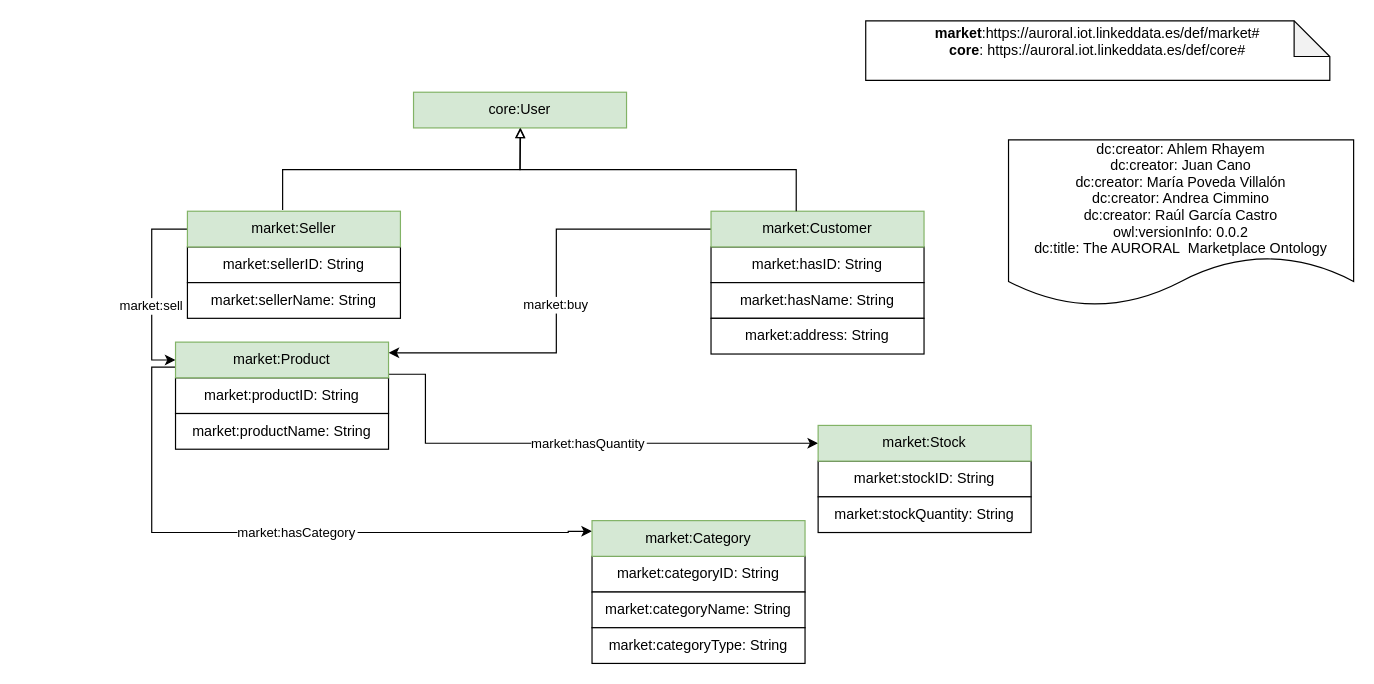
Before: diagrams/marketplace.drawio in oeg-upm/AURORAL-marketplace-ontology, a draw.io diagram. Source tidied: cells renumbered, new cells numbered last; positions are measured from the earlier drawing's top-left corner, leaving out a move shared by most shapes. Both pictures are drawn from the tidied source at 119%, with x=0, y=0 at pixel (151, 20).
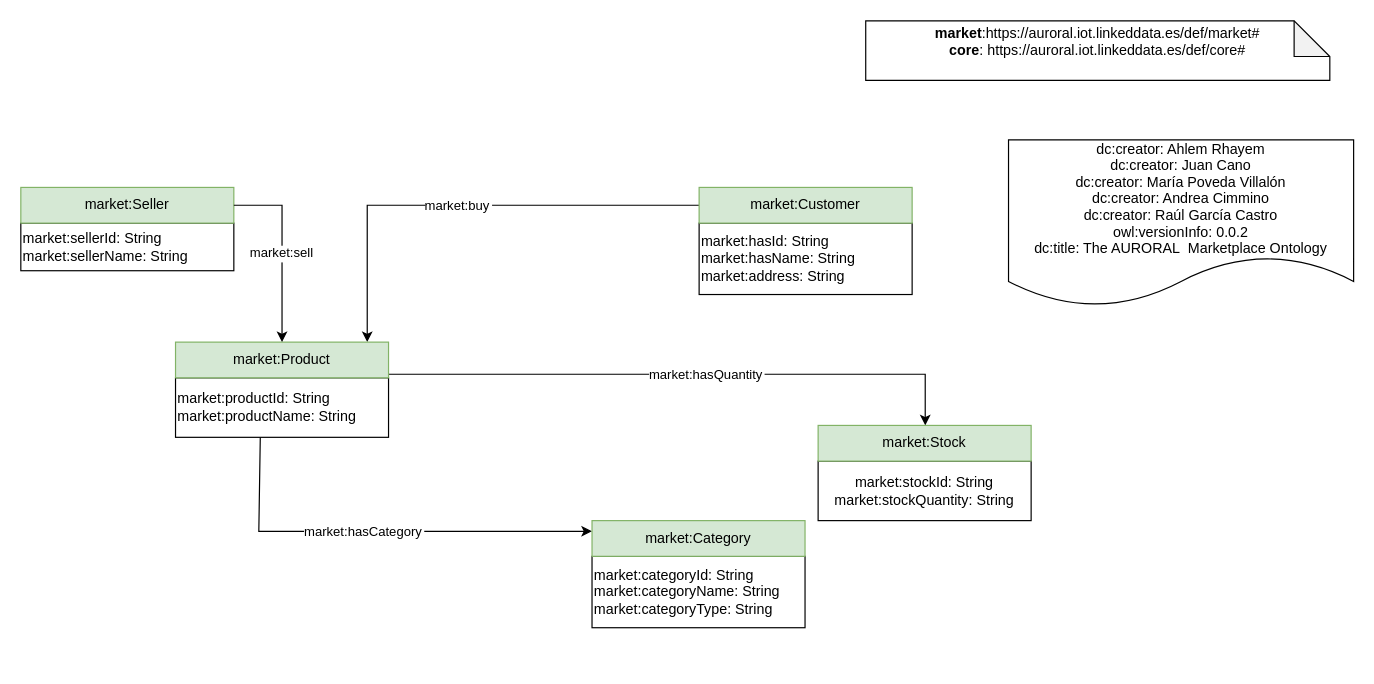
Above is the later version.

Unchanged cells that the change refers to:
```xml
<mxCell id="13" value="market:Stock" style="rounded=0;whiteSpace=wrap;html=1;snapToPoint=1;points=[[0.1,0],[0.2,0],[0.3,0],[0.4,0],[0.5,0],[0.6,0],[0.7,0],[0.8,0],[0.9,0],[0,0.1],[0,0.3],[0,0.5],[0,0.7],[0,0.9],[0.1,1],[0.2,1],[0.3,1],[0.4,1],[0.5,1],[0.6,1],[0.7,1],[0.8,1],[0.9,1],[1,0.1],[1,0.3],[1,0.5],[1,0.7],[1,0.9]];fillColor=#d5e8d4;strokeColor=#82b366;" parent="1" vertex="1">
  <mxGeometry x="560" y="340" width="179" height="30" as="geometry" />
</mxCell>
<mxCell id="19" value="market:Product" style="rounded=0;whiteSpace=wrap;html=1;snapToPoint=1;points=[[0.1,0],[0.2,0],[0.3,0],[0.4,0],[0.5,0],[0.6,0],[0.7,0],[0.8,0],[0.9,0],[0,0.1],[0,0.3],[0,0.5],[0,0.7],[0,0.9],[0.1,1],[0.2,1],[0.3,1],[0.4,1],[0.5,1],[0.6,1],[0.7,1],[0.8,1],[0.9,1],[1,0.1],[1,0.3],[1,0.5],[1,0.7],[1,0.9]];fillColor=#d5e8d4;strokeColor=#82b366;" parent="1" vertex="1">
  <mxGeometry x="20" y="270" width="179" height="30" as="geometry" />
</mxCell>
<mxCell id="22" value="market:Category" style="rounded=0;whiteSpace=wrap;html=1;snapToPoint=1;points=[[0.1,0],[0.2,0],[0.3,0],[0.4,0],[0.5,0],[0.6,0],[0.7,0],[0.8,0],[0.9,0],[0,0.1],[0,0.3],[0,0.5],[0,0.7],[0,0.9],[0.1,1],[0.2,1],[0.3,1],[0.4,1],[0.5,1],[0.6,1],[0.7,1],[0.8,1],[0.9,1],[1,0.1],[1,0.3],[1,0.5],[1,0.7],[1,0.9]];fillColor=#d5e8d4;strokeColor=#82b366;" parent="1" vertex="1">
  <mxGeometry x="370" y="420" width="179" height="30" as="geometry" />
</mxCell>
```

Change to the diagram source:
```diff
@@
-    <mxCell id="2" value="market:sell" style="edgeStyle=orthogonalEdgeStyle;rounded=0;jettySize=auto;fontSize=11;endArrow=classic;endFill=1;" parent="1" edge="1" source="16" target="19">
-      <mxGeometry x="0.17" relative="1" as="geometry">
-        <Array as="points">
-          <mxPoint y="175" />
-          <mxPoint y="285" />
-        </Array>
-      </mxGeometry>
-    </mxCell>
-    <mxCell id="3" value="market:buy" style="edgeStyle=orthogonalEdgeStyle;rounded=0;jettySize=auto;fontSize=11;endArrow=classic;endFill=1;entryX=1;entryY=0.3;entryDx=0;entryDy=0;" parent="1" edge="1" source="9" target="19">
+    <mxCell id="3" value="market:buy" style="edgeStyle=orthogonalEdgeStyle;rounded=0;jettySize=auto;fontSize=11;endArrow=classic;endFill=1;entryX=0.9;entryY=0;entryDx=0;entryDy=0;" parent="1" edge="1" source="9" target="19">
       <mxGeometry x="0.03" relative="1" as="geometry">
         <Array as="points">
-          <mxPoint x="340" y="175" />
-          <mxPoint x="340" y="279" />
+          <mxPoint x="181" y="155" />
         </Array>
       </mxGeometry>
     </mxCell>
-    <mxCell id="4" value="market:hasCategory" style="edgeStyle=orthogonalEdgeStyle;rounded=0;jettySize=auto;fontSize=11;endArrow=classic;endFill=1;entryX=0;entryY=0.3;entryDx=0;entryDy=0;exitX=0;exitY=0.7;exitDx=0;exitDy=0;" parent="1" edge="1" source="19" target="22">
+    <mxCell id="4" value="market:hasCategory" style="edgeStyle=orthogonalEdgeStyle;rounded=0;jettySize=auto;fontSize=11;endArrow=classic;endFill=1;entryX=0;entryY=0.3;entryDx=0;entryDy=0;" parent="1" edge="1" source="19" target="22">
       <mxGeometry x="0.06" relative="1" as="geometry">
         <Array as="points">
-          <mxPoint y="291" />
-          <mxPoint y="430" />
-          <mxPoint x="350" y="430" />
-          <mxPoint x="350" y="429" />
+          <mxPoint x="90" y="429" />
         </Array>
       </mxGeometry>
     </mxCell>
     <mxCell id="5" value="market:hasQuantity" style="edgeStyle=orthogonalEdgeStyle;rounded=0;jettySize=auto;fontSize=11;endArrow=classic;endFill=1;exitX=1;exitY=0.9;exitDx=0;exitDy=0;" parent="1" edge="1" source="19" target="13">
       <mxGeometry x="0.08" relative="1" as="geometry">
         <Array as="points">
-          <mxPoint x="230" y="297" />
-          <mxPoint x="230" y="355" />
+          <mxPoint x="650" y="297" />
         </Array>
       </mxGeometry>
     </mxCell>
@@
-    <mxCell id="8" value="market:hasID: String" style="rounded=0;whiteSpace=wrap;html=1;" parent="1" vertex="1">
-      <mxGeometry x="470" y="190" width="179" height="30" as="geometry" />
+    <mxCell id="8" value="market:hasId: String&lt;br&gt;market:hasName: String&lt;br&gt;market:address: String" style="rounded=0;whiteSpace=wrap;html=1;align=left;" parent="1" vertex="1">
+      <mxGeometry x="460" y="170" width="179" height="60" as="geometry" />
     </mxCell>
     <mxCell id="9" value="market:Customer" style="rounded=0;whiteSpace=wrap;html=1;snapToPoint=1;points=[[0.1,0],[0.2,0],[0.3,0],[0.4,0],[0.5,0],[0.6,0],[0.7,0],[0.8,0],[0.9,0],[0,0.1],[0,0.3],[0,0.5],[0,0.7],[0,0.9],[0.1,1],[0.2,1],[0.3,1],[0.4,1],[0.5,1],[0.6,1],[0.7,1],[0.8,1],[0.9,1],[1,0.1],[1,0.3],[1,0.5],[1,0.7],[1,0.9]];fillColor=#d5e8d4;strokeColor=#82b366;" parent="1" vertex="1">
-      <mxGeometry x="470" y="160" width="179" height="30" as="geometry" />
+      <mxGeometry x="460" y="140" width="179" height="30" as="geometry" />
     </mxCell>
-    <mxCell id="10" value="market:hasName: String" style="rounded=0;whiteSpace=wrap;html=1;" parent="1" vertex="1">
-      <mxGeometry x="470" y="220" width="179" height="30" as="geometry" />
-    </mxCell>
-    <mxCell id="11" value="market:address: String" style="rounded=0;whiteSpace=wrap;html=1;" parent="1" vertex="1">
-      <mxGeometry x="470" y="250" width="179" height="30" as="geometry" />
-    </mxCell>
-    <mxCell id="12" value="market:stockID: String" style="rounded=0;whiteSpace=wrap;html=1;" parent="1" vertex="1">
-      <mxGeometry x="560" y="370" width="179" height="30" as="geometry" />
+    <mxCell id="12" value="market:stockId: String&lt;br&gt;market:stockQuantity: String" style="rounded=0;whiteSpace=wrap;html=1;" parent="1" vertex="1">
+      <mxGeometry x="560" y="370" width="179" height="50" as="geometry" />
     </mxCell>
@@
-    <mxCell id="14" value="market:stockQuantity: String" style="rounded=0;whiteSpace=wrap;html=1;" parent="1" vertex="1">
-      <mxGeometry x="560" y="400" width="179" height="30" as="geometry" />
-    </mxCell>
-    <mxCell id="15" value="market:sellerID: String" style="rounded=0;whiteSpace=wrap;html=1;" parent="1" vertex="1">
-      <mxGeometry x="30" y="190" width="179" height="30" as="geometry" />
+    <mxCell id="15" value="market:sellerId: String&lt;br&gt;market:sellerName: String" style="rounded=0;whiteSpace=wrap;html=1;align=left;" parent="1" vertex="1">
+      <mxGeometry x="-110" y="170" width="179" height="40" as="geometry" />
     </mxCell>
     <mxCell id="16" value="market:Seller" style="rounded=0;whiteSpace=wrap;html=1;snapToPoint=1;points=[[0.1,0],[0.2,0],[0.3,0],[0.4,0],[0.5,0],[0.6,0],[0.7,0],[0.8,0],[0.9,0],[0,0.1],[0,0.3],[0,0.5],[0,0.7],[0,0.9],[0.1,1],[0.2,1],[0.3,1],[0.4,1],[0.5,1],[0.6,1],[0.7,1],[0.8,1],[0.9,1],[1,0.1],[1,0.3],[1,0.5],[1,0.7],[1,0.9]];fillColor=#d5e8d4;strokeColor=#82b366;" parent="1" vertex="1">
-      <mxGeometry x="30" y="160" width="179" height="30" as="geometry" />
+      <mxGeometry x="-110" y="140" width="179" height="30" as="geometry" />
     </mxCell>
-    <mxCell id="17" value="market:sellerName: String" style="rounded=0;whiteSpace=wrap;html=1;" parent="1" vertex="1">
-      <mxGeometry x="30" y="220" width="179" height="30" as="geometry" />
-    </mxCell>
-    <mxCell id="18" value="market:productID: String" style="rounded=0;whiteSpace=wrap;html=1;" parent="1" vertex="1">
-      <mxGeometry x="20" y="300" width="179" height="30" as="geometry" />
+    <mxCell id="18" value="market:productId: String&lt;br&gt;market:productName: String" style="rounded=0;whiteSpace=wrap;html=1;align=left;" parent="1" vertex="1">
+      <mxGeometry x="20" y="300" width="179" height="50" as="geometry" />
     </mxCell>
@@
-    <mxCell id="20" value="market:productName: String" style="rounded=0;whiteSpace=wrap;html=1;" parent="1" vertex="1">
-      <mxGeometry x="20" y="330" width="179" height="30" as="geometry" />
-    </mxCell>
-    <mxCell id="21" value="market:categoryID: String" style="rounded=0;whiteSpace=wrap;html=1;" parent="1" vertex="1">
-      <mxGeometry x="370" y="450" width="179" height="30" as="geometry" />
+    <mxCell id="21" value="market:categoryId: String&lt;br&gt;market:categoryName: String&lt;br&gt;market:categoryType: String" style="rounded=0;whiteSpace=wrap;html=1;align=left;" parent="1" vertex="1">
+      <mxGeometry x="370" y="450" width="179" height="60" as="geometry" />
     </mxCell>
@@
-    <mxCell id="23" value="market:categoryName: String" style="rounded=0;whiteSpace=wrap;html=1;" parent="1" vertex="1">
-      <mxGeometry x="370" y="480" width="179" height="30" as="geometry" />
-    </mxCell>
-    <mxCell id="24" value="market:categoryType: String" style="rounded=0;whiteSpace=wrap;html=1;" parent="1" vertex="1">
-      <mxGeometry x="370" y="510" width="179" height="30" as="geometry" />
-    </mxCell>
-    <mxCell id="25" value="core:User" style="rounded=0;whiteSpace=wrap;html=1;snapToPoint=1;points=[[0.1,0],[0.2,0],[0.3,0],[0.4,0],[0.5,0],[0.6,0],[0.7,0],[0.8,0],[0.9,0],[0,0.1],[0,0.3],[0,0.5],[0,0.7],[0,0.9],[0.1,1],[0.2,1],[0.3,1],[0.4,1],[0.5,1],[0.6,1],[0.7,1],[0.8,1],[0.9,1],[1,0.1],[1,0.3],[1,0.5],[1,0.7],[1,0.9]];fillColor=#d5e8d4;strokeColor=#82b366;" parent="1" vertex="1">
-      <mxGeometry x="220" y="60" width="179" height="30" as="geometry" />
-    </mxCell>
-    <mxCell id="26" style="edgeStyle=orthogonalEdgeStyle;rounded=0;jettySize=auto;html=1;exitX=0.4;exitY=0;exitDx=0;exitDy=0;entryX=0.5;entryY=1;entryDx=0;entryDy=0;fontSize=11;endArrow=block;endFill=0;" parent="1" edge="1" source="9" target="25">
-      <mxGeometry relative="1" as="geometry" />
-    </mxCell>
-    <mxCell id="27" style="edgeStyle=orthogonalEdgeStyle;rounded=0;jettySize=auto;html=1;exitX=0.447;exitY=-0.033;exitDx=0;exitDy=0;fontSize=11;endArrow=block;endFill=0;exitPerimeter=0;" parent="1" edge="1" source="16" target="25">
-      <mxGeometry relative="1" as="geometry" />
-    </mxCell>
+    <mxCell id="2" value="market:sell" style="edgeStyle=orthogonalEdgeStyle;rounded=0;jettySize=auto;fontSize=11;endArrow=classic;endFill=1;entryX=0.5;entryY=0;entryDx=0;entryDy=0;" parent="1" edge="1" source="16" target="19">
+      <mxGeometry x="0.03" relative="1" as="geometry">
+        <Array as="points">
+          <mxPoint x="110" y="155" />
+        </Array>
+      </mxGeometry>
+    </mxCell>
```
